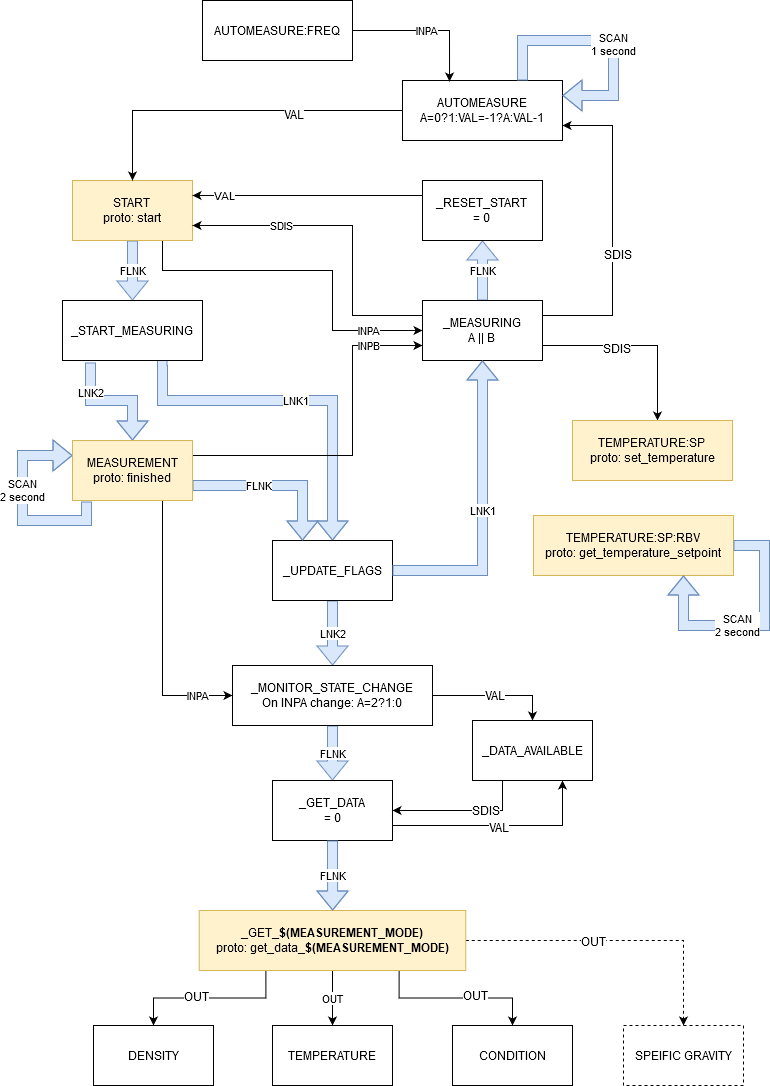
The draw.io diagram images/dma4500m_ioc_diagram.png in ISISComputingGroup/ibex_developers_manual, before a commit. Source tidied: cells renumbered, new cells last; positions are measured from the earlier drawing's top-left corner, leaving out a move shared by most shapes.
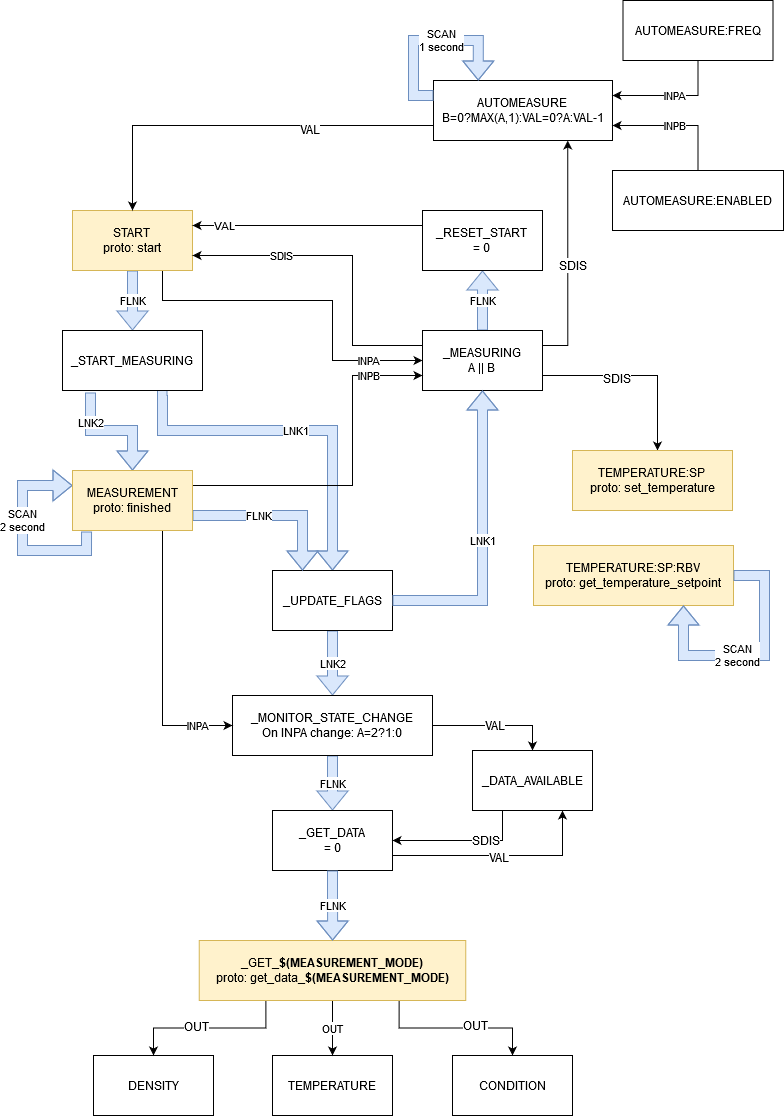
The same diagram one commit later.

Commit message:
Update dma4500m diagram

The edit, as a diff of the source:
```diff
@@ -114,11 +114,10 @@
     <mxCell id="28" value="TEMPERATURE:SP&lt;br&gt;proto: set_temperature" style="rounded=0;whiteSpace=wrap;html=1;fillColor=#fff2cc;strokeColor=#d6b656;" parent="1" vertex="1">
       <mxGeometry x="550" y="420" width="160" height="60" as="geometry" />
     </mxCell>
-    <mxCell id="29" style="edgeStyle=orthogonalEdgeStyle;rounded=0;jettySize=auto;html=1;exitX=1;exitY=0.25;exitDx=0;exitDy=0;entryX=1;entryY=0.75;entryDx=0;entryDy=0;" parent="1" edge="1" source="21" target="52">
+    <mxCell id="29" style="edgeStyle=orthogonalEdgeStyle;rounded=0;jettySize=auto;html=1;exitX=1;exitY=0.25;exitDx=0;exitDy=0;entryX=0.75;entryY=1;entryDx=0;entryDy=0;" parent="1" edge="1" source="21" target="52">
       <mxGeometry relative="1" as="geometry">
         <Array as="points">
-          <mxPoint x="590" y="315" />
-          <mxPoint x="590" y="125" />
+          <mxPoint x="545" y="315" />
         </Array>
       </mxGeometry>
     </mxCell>
@@ -161,14 +160,6 @@
     <mxCell id="40" value="OUT" style="text;html=1;align=center;verticalAlign=middle;labelBackgroundColor=#ffffff;" parent="39" vertex="1">
       <mxGeometry x="0.22" y="3" relative="1" as="geometry" />
     </mxCell>
-    <mxCell id="41" style="edgeStyle=orthogonalEdgeStyle;rounded=0;jettySize=auto;html=1;exitX=1;exitY=0.5;exitDx=0;exitDy=0;entryX=0.5;entryY=0;entryDx=0;entryDy=0;dashed=1;" parent="1" edge="1" source="43" target="56">
-      <mxGeometry relative="1" as="geometry" />
-    </mxCell>
-    <mxCell id="42" value="OUT" style="text;html=1;align=center;verticalAlign=middle;labelBackgroundColor=#ffffff;" parent="41" vertex="1">
-      <mxGeometry x="0.29" y="2" relative="1" as="geometry">
-        <mxPoint x="-68.2" y="2" as="offset" />
-      </mxGeometry>
-    </mxCell>
     <mxCell id="43" value="_GET_&lt;b&gt;$(MEASUREMENT_MODE)&lt;/b&gt;&lt;br&gt;proto: get_data_&lt;b&gt;$(MEASUREMENT_MODE)&lt;/b&gt;" style="rounded=0;whiteSpace=wrap;html=1;fillColor=#fff2cc;strokeColor=#d6b656;" parent="1" vertex="1">
       <mxGeometry x="176.8" y="910" width="266.5" height="60" as="geometry" />
     </mxCell>
@@ -196,32 +187,39 @@
         </Array>
       </mxGeometry>
     </mxCell>
-    <mxCell id="50" style="edgeStyle=orthogonalEdgeStyle;rounded=0;jettySize=auto;html=1;exitX=0;exitY=0.5;exitDx=0;exitDy=0;" parent="1" edge="1" source="52" target="5">
+    <mxCell id="50" style="edgeStyle=orthogonalEdgeStyle;rounded=0;jettySize=auto;html=1;exitX=0;exitY=0.75;exitDx=0;exitDy=0;entryX=0.5;entryY=0;entryDx=0;entryDy=0;" parent="1" edge="1" source="52" target="5">
       <mxGeometry relative="1" as="geometry" />
     </mxCell>
     <mxCell id="51" value="VAL" style="text;html=1;align=center;verticalAlign=middle;labelBackgroundColor=#ffffff;" parent="50" vertex="1">
       <mxGeometry x="-0.35" y="3" relative="1" as="geometry" />
     </mxCell>
-    <mxCell id="52" value="AUTOMEASURE&lt;br&gt;A=0?1:VAL=-1?A:VAL-1" style="rounded=0;whiteSpace=wrap;html=1;" parent="1" vertex="1">
-      <mxGeometry x="380" y="80" width="160" height="60" as="geometry" />
+    <mxCell id="52" value="AUTOMEASURE&lt;br&gt;B=0?MAX(A,1):VAL=0?A:VAL-1" style="rounded=0;whiteSpace=wrap;html=1;" parent="1" vertex="1">
+      <mxGeometry x="411" y="50" width="179" height="60" as="geometry" />
     </mxCell>
-    <mxCell id="53" value="INPA" style="edgeStyle=orthogonalEdgeStyle;rounded=0;jettySize=auto;html=1;exitX=1;exitY=0.5;exitDx=0;exitDy=0;entryX=0.294;entryY=0.017;entryDx=0;entryDy=0;entryPerimeter=0;" parent="1" edge="1" source="54" target="52">
-      <mxGeometry relative="1" as="geometry" />
+    <mxCell id="53" value="INPA" style="edgeStyle=orthogonalEdgeStyle;rounded=0;jettySize=auto;html=1;exitX=0.5;exitY=1;exitDx=0;exitDy=0;entryX=1;entryY=0.25;entryDx=0;entryDy=0;" parent="1" edge="1" source="54" target="52">
+      <mxGeometry x="-0.01" relative="1" as="geometry">
+        <mxPoint x="1" as="offset" />
+      </mxGeometry>
     </mxCell>
     <mxCell id="54" value="AUTOMEASURE:FREQ" style="rounded=0;whiteSpace=wrap;html=1;" parent="1" vertex="1">
-      <mxGeometry x="180" width="150" height="60" as="geometry" />
+      <mxGeometry x="600.5" y="-30" width="150" height="60" as="geometry" />
     </mxCell>
-    <mxCell id="55" value="SCAN&lt;br&gt;1 second" style="edgeStyle=orthogonalEdgeStyle;rounded=0;html=1;exitX=0.75;exitY=0;jettySize=auto;orthogonalLoop=1;entryX=1;entryY=0.25;shape=flexArrow;fillColor=#dae8fc;strokeColor=#6c8ebf;exitDx=0;exitDy=0;entryDx=0;entryDy=0;" parent="1" edge="1" source="52" target="52">
+    <mxCell id="55" value="SCAN&lt;br&gt;1 second" style="edgeStyle=orthogonalEdgeStyle;rounded=0;html=1;exitX=0;exitY=0.25;jettySize=auto;orthogonalLoop=1;shape=flexArrow;fillColor=#dae8fc;strokeColor=#6c8ebf;exitDx=0;exitDy=0;entryX=0.25;entryY=0;entryDx=0;entryDy=0;" parent="1" edge="1" source="52" target="52">
       <mxGeometry x="0.14" relative="1" as="geometry">
         <Array as="points">
-          <mxPoint x="500" y="40" />
-          <mxPoint x="591" y="40" />
-          <mxPoint x="591" y="95" />
+          <mxPoint x="391" y="65" />
+          <mxPoint x="391" y="10" />
+          <mxPoint x="456" y="10" />
         </Array>
       </mxGeometry>
     </mxCell>
-    <mxCell id="56" value="SPEIFIC GRAVITY" style="rounded=0;whiteSpace=wrap;html=1;dashed=1;" parent="1" vertex="1">
-      <mxGeometry x="601" y="1025" width="120" height="60" as="geometry" />
-    </mxCell>
+    <mxCell id="57" value="AUTOMEASURE:ENABLED" style="rounded=0;whiteSpace=wrap;html=1;" parent="1" vertex="1">
+      <mxGeometry x="590" y="140" width="171" height="60" as="geometry" />
+    </mxCell>
+    <mxCell id="58" value="INPB" style="edgeStyle=orthogonalEdgeStyle;rounded=0;jettySize=auto;html=1;exitX=0.5;exitY=0;exitDx=0;exitDy=0;entryX=1;entryY=0.75;entryDx=0;entryDy=0;" parent="1" edge="1" source="57" target="52">
+      <mxGeometry x="-0.31" y="25" relative="1" as="geometry">
+        <mxPoint x="-24" y="-25" as="offset" />
+      </mxGeometry>
+    </mxCell>
   </root>
 </mxGraphModel>
```
